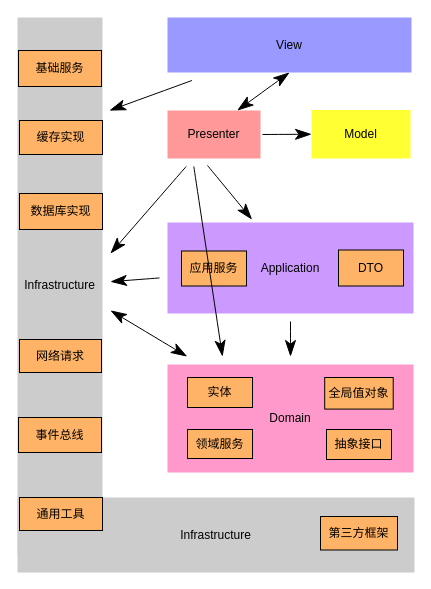
Before: 软件架构层次2.drawio in gmyboy/software-architecture, a draw.io diagram. Source tidied: cells renumbered, new cells numbered last; positions are measured from the earlier drawing's top-left corner, leaving out a move shared by most shapes. Both pictures are drawn from the tidied source at 100%, with x=0, y=0 at pixel (17, 17).
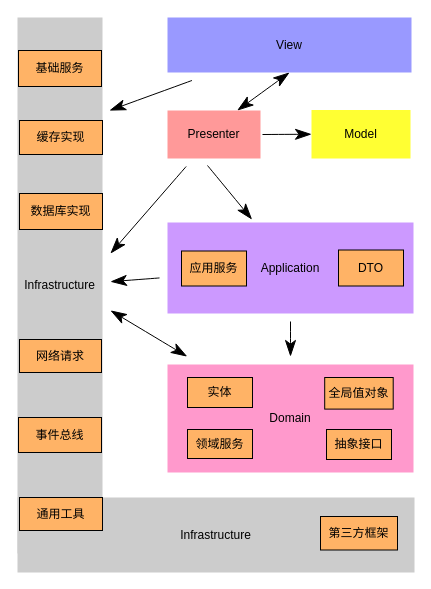
The same diagram, later.

Commit message:
Update 软件架构层次2.drawio

Diff of the diagram source:
```diff
@@
-    <mxCell id="30" style="edgeStyle=none;curved=1;rounded=0;orthogonalLoop=1;jettySize=auto;html=1;fontFamily=Helvetica;fontSize=12;fontColor=#000000;startArrow=none;startFill=0;endArrow=classicThin;endFill=1;startSize=14;endSize=14;sourcePerimeterSpacing=8;targetPerimeterSpacing=8;strokeColor=#000000;" parent="1" edge="1">
-      <mxGeometry relative="1" as="geometry">
-        <mxPoint x="176.3" y="149" as="sourcePoint" />
-        <mxPoint x="205" y="339" as="targetPoint" />
-      </mxGeometry>
-    </mxCell>
```
